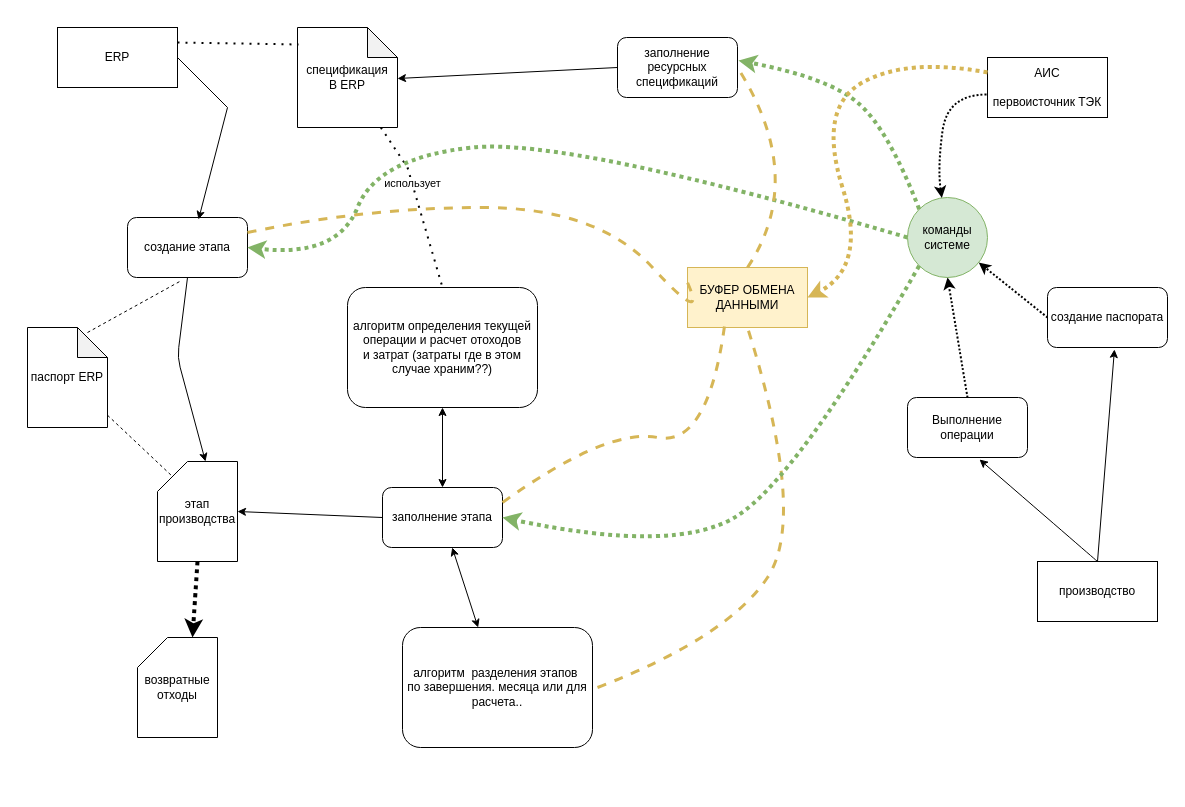
The draw.io diagram VSMPO/models/erp_comunicate_v1.drawio in sashok74/Rarus, before the edit. Source tidied: cells renumbered, new cells numbered last; positions are measured from the earlier drawing's top-left corner, leaving out a move shared by most shapes. Both pictures are drawn from the tidied source at 100%, with x=0, y=0 at pixel (27, 27).
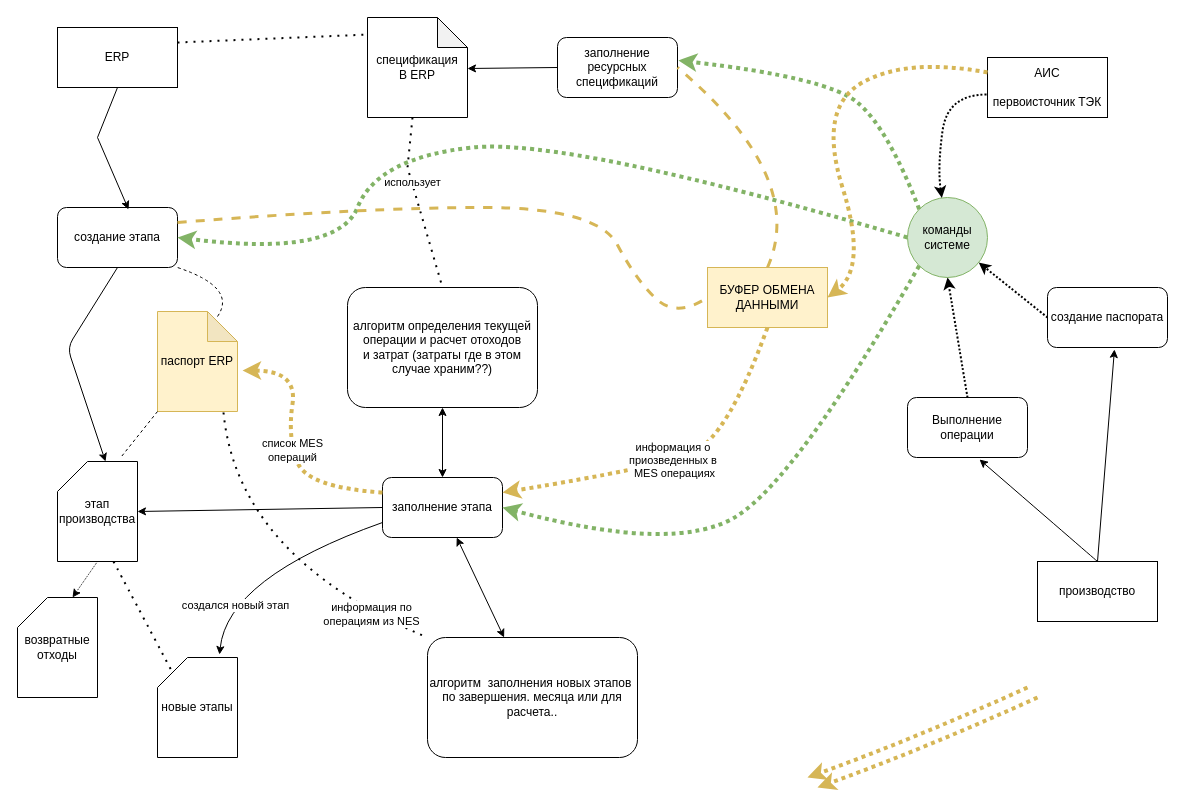
After the change.

The change refers to these unchanged cells:
```xml
<mxCell id="3" value="ERP" style="rounded=0;whiteSpace=wrap;html=1;" parent="1" vertex="1">
  <mxGeometry x="30" width="120" height="60" as="geometry" />
</mxCell>
```

Change to the diagram source:
```diff
@@
     <mxCell id="4" value="спецификация&lt;br&gt;В ERP" style="shape=note;whiteSpace=wrap;html=1;backgroundOutline=1;darkOpacity=0.05;" parent="1" vertex="1">
-      <mxGeometry x="270" width="100" height="100" as="geometry" />
+      <mxGeometry x="340" y="-10" width="100" height="100" as="geometry" />
     </mxCell>
@@
     <mxCell id="6" value="заполнение этапа" style="rounded=1;whiteSpace=wrap;html=1;" parent="1" vertex="1">
-      <mxGeometry x="355" y="460" width="120" height="60" as="geometry" />
+      <mxGeometry x="355" y="450" width="120" height="60" as="geometry" />
     </mxCell>
@@
     <mxCell id="9" value="этап производства" style="shape=card;whiteSpace=wrap;html=1;" parent="1" vertex="1">
-      <mxGeometry x="130" y="434" width="80" height="100" as="geometry" />
+      <mxGeometry x="30" y="434" width="80" height="100" as="geometry" />
     </mxCell>
@@
     <mxCell id="11" value="заполнение ресурсных спецификаций" style="rounded=1;whiteSpace=wrap;html=1;" parent="1" vertex="1">
-      <mxGeometry x="590" y="10" width="120" height="60" as="geometry" />
+      <mxGeometry x="530" y="10" width="120" height="60" as="geometry" />
     </mxCell>
@@
     <mxCell id="13" value="создание этапа" style="rounded=1;whiteSpace=wrap;html=1;" parent="1" vertex="1">
-      <mxGeometry x="100" y="190" width="120" height="60" as="geometry" />
+      <mxGeometry x="30" y="180" width="120" height="60" as="geometry" />
     </mxCell>
-    <mxCell id="14" style="endArrow=classic;html=1;rounded=0;exitX=1;exitY=0.5;exitDx=0;exitDy=0;entryX=0.592;entryY=0.033;entryDx=0;entryDy=0;entryPerimeter=0;" parent="1" edge="1" source="3" target="13">
+    <mxCell id="14" style="endArrow=classic;html=1;rounded=0;exitX=0.5;exitY=1;exitDx=0;exitDy=0;entryX=0.592;entryY=0.033;entryDx=0;entryDy=0;entryPerimeter=0;" parent="1" edge="1" source="3" target="13">
       <mxGeometry relative="1" as="geometry">
         <Array as="points">
-          <mxPoint x="200" y="80" />
+          <mxPoint x="70" y="110" />
         </Array>
       </mxGeometry>
     </mxCell>
@@
     <mxCell id="16" style="endArrow=classic;html=1;rounded=1;exitX=0.5;exitY=1;exitDx=0;exitDy=0;entryX=0.6;entryY=0;entryDx=0;entryDy=0;entryPerimeter=0;" parent="1" edge="1" source="13" target="9">
       <mxGeometry relative="1" as="geometry">
         <Array as="points">
-          <mxPoint x="150" y="330" />
+          <mxPoint x="40" y="320" />
         </Array>
       </mxGeometry>
     </mxCell>
-    <mxCell id="17" value="паспорт ERP" style="shape=note;whiteSpace=wrap;html=1;backgroundOutline=1;darkOpacity=0.05;" parent="1" vertex="1">
-      <mxGeometry y="300" width="80" height="100" as="geometry" />
+    <mxCell id="17" value="паспорт ERP" style="shape=note;whiteSpace=wrap;html=1;backgroundOutline=1;darkOpacity=0.05;fillColor=#fff2cc;strokeColor=#d6b656;" parent="1" vertex="1">
+      <mxGeometry x="130" y="284" width="80" height="100" as="geometry" />
     </mxCell>
-    <mxCell id="18" style="endArrow=none;dashed=1;html=1;rounded=0;entryX=0.45;entryY=1.05;entryDx=0;entryDy=0;entryPerimeter=0;exitX=0.75;exitY=0.05;exitDx=0;exitDy=0;exitPerimeter=0;" parent="1" edge="1" source="17" target="13">
-      <mxGeometry relative="1" as="geometry" />
+    <mxCell id="18" style="endArrow=none;dashed=1;html=1;entryX=1;entryY=1;entryDx=0;entryDy=0;exitX=0.75;exitY=0.05;exitDx=0;exitDy=0;exitPerimeter=0;curved=1;" parent="1" edge="1" source="17" target="13">
+      <mxGeometry relative="1" as="geometry">
+        <Array as="points">
+          <mxPoint x="210" y="260" />
+        </Array>
+      </mxGeometry>
     </mxCell>
-    <mxCell id="19" style="endArrow=none;dashed=1;html=1;rounded=0;entryX=0;entryY=0;entryDx=15;entryDy=15;entryPerimeter=0;" parent="1" edge="1" source="17" target="9">
+    <mxCell id="19" style="endArrow=none;dashed=1;html=1;rounded=0;entryX=0.8;entryY=-0.05;entryDx=0;entryDy=0;entryPerimeter=0;" parent="1" edge="1" source="17" target="9">
       <mxGeometry relative="1" as="geometry" />
     </mxCell>
@@
-    <mxCell id="27" value="алгоритм&amp;nbsp; разделения этапов&amp;nbsp;&lt;br&gt;по завершения. месяца или для расчета.." style="rounded=1;whiteSpace=wrap;html=1;" parent="1" vertex="1">
-      <mxGeometry x="375" y="600" width="190" height="120" as="geometry" />
+    <mxCell id="27" value="алгоритм&amp;nbsp; заполнения новых этапов&amp;nbsp;&lt;br&gt;по завершения. месяца или для расчета.." style="rounded=1;whiteSpace=wrap;html=1;" parent="1" vertex="1">
+      <mxGeometry x="400" y="610" width="210" height="120" as="geometry" />
     </mxCell>
@@
     <mxCell id="29" value="БУФЕР ОБМЕНА ДАННЫМИ" style="rounded=0;whiteSpace=wrap;html=1;fillColor=#fff2cc;strokeColor=#d6b656;" parent="1" vertex="1">
-      <mxGeometry x="660" y="240" width="120" height="60" as="geometry" />
+      <mxGeometry x="680" y="240" width="120" height="60" as="geometry" />
     </mxCell>
@@
-    <mxCell id="32" style="endArrow=none;dashed=1;html=1;entryX=0.5;entryY=1;entryDx=0;entryDy=0;curved=1;fillColor=#fff2cc;strokeColor=#d6b656;strokeWidth=3;" parent="1" edge="1" target="29">
-      <mxGeometry relative="1" as="geometry">
-        <mxPoint x="570" y="660" as="sourcePoint" />
-        <Array as="points">
-          <mxPoint x="700" y="610" />
-          <mxPoint x="780" y="490" />
-        </Array>
-      </mxGeometry>
-    </mxCell>
-    <mxCell id="33" style="endArrow=none;dashed=1;html=1;entryX=0;entryY=0.25;entryDx=0;entryDy=0;exitX=1;exitY=0.25;exitDx=0;exitDy=0;curved=1;fillColor=#fff2cc;strokeColor=#d6b656;strokeWidth=3;" parent="1" edge="1" source="13" target="29">
+    <mxCell id="33" style="endArrow=none;dashed=1;html=1;entryX=0;entryY=0.5;entryDx=0;entryDy=0;exitX=1;exitY=0.25;exitDx=0;exitDy=0;curved=1;fillColor=#fff2cc;strokeColor=#d6b656;strokeWidth=3;" parent="1" edge="1" source="13" target="29">
       <mxGeometry relative="1" as="geometry">
         <Array as="points">
           <mxPoint x="340" y="180" />
           <mxPoint x="570" y="180" />
-          <mxPoint x="680" y="300" />
+          <mxPoint x="610" y="255" />
+          <mxPoint x="650" y="290" />
         </Array>
       </mxGeometry>
     </mxCell>
@@
-    <mxCell id="40" style="endArrow=none;dashed=1;html=1;entryX=0.308;entryY=0.983;entryDx=0;entryDy=0;curved=1;fillColor=#fff2cc;strokeColor=#d6b656;strokeWidth=3;exitX=1;exitY=0.25;exitDx=0;exitDy=0;entryPerimeter=0;" parent="1" edge="1" source="6" target="29">
-      <mxGeometry relative="1" as="geometry">
-        <Array as="points">
-          <mxPoint x="580" y="400" />
-          <mxPoint x="680" y="420" />
-        </Array>
-      </mxGeometry>
-    </mxCell>
     <mxCell id="41" value="возвратные отходы" style="shape=card;whiteSpace=wrap;html=1;" parent="1" vertex="1">
-      <mxGeometry x="110" y="610" width="80" height="100" as="geometry" />
+      <mxGeometry x="-10" y="570" width="80" height="100" as="geometry" />
     </mxCell>
-    <mxCell id="42" style="endArrow=classic;html=1;dashed=1;dashPattern=1 1;strokeWidth=4;curved=1;exitX=0.5;exitY=1;exitDx=0;exitDy=0;exitPerimeter=0;entryX=0;entryY=0;entryDx=55;entryDy=0;entryPerimeter=0;" parent="1" edge="1" source="9" target="41">
+    <mxCell id="42" style="endArrow=classic;html=1;dashed=1;dashPattern=1 1;strokeWidth=1;curved=1;exitX=0.5;exitY=1;exitDx=0;exitDy=0;exitPerimeter=0;entryX=0;entryY=0;entryDx=55;entryDy=0;entryPerimeter=0;" parent="1" edge="1" source="9" target="41">
       <mxGeometry relative="1" as="geometry" />
     </mxCell>
+    <mxCell id="43" style="endArrow=classic;html=1;dashed=1;dashPattern=1 1;strokeWidth=4;curved=1;exitX=0;exitY=0.25;exitDx=0;exitDy=0;entryX=1.063;entryY=0.59;entryDx=0;entryDy=0;fillColor=#fff2cc;strokeColor=#d6b656;entryPerimeter=0;" parent="1" edge="1" source="6" target="17">
+      <mxGeometry relative="1" as="geometry">
+        <Array as="points">
+          <mxPoint x="280" y="460" />
+          <mxPoint x="260" y="410" />
+          <mxPoint x="270" y="343" />
+        </Array>
+      </mxGeometry>
+    </mxCell>
+    <mxCell id="44" value="список MES&lt;br&gt;операций" style="edgeLabel;html=1;align=center;verticalAlign=middle;" parent="43" vertex="1">
+      <mxGeometry x="-0.08" relative="1" as="geometry" />
+    </mxCell>
+    <mxCell id="45" style="endArrow=none;dashed=1;html=1;dashPattern=1 3;strokeWidth=2;curved=1;entryX=0;entryY=0;entryDx=0;entryDy=0;exitX=0.825;exitY=1.01;exitDx=0;exitDy=0;exitPerimeter=0;" parent="1" edge="1" source="17" target="27">
+      <mxGeometry relative="1" as="geometry">
+        <Array as="points">
+          <mxPoint x="210" y="530" />
+        </Array>
+      </mxGeometry>
+    </mxCell>
+    <mxCell id="46" value="информация по&lt;br&gt;операциям из NES" style="edgeLabel;html=1;align=center;verticalAlign=middle;" parent="45" vertex="1">
+      <mxGeometry x="0.65" relative="1" as="geometry" />
+    </mxCell>
+    <mxCell id="47" style="endArrow=classic;html=1;dashed=1;dashPattern=1 1;strokeWidth=4;curved=1;fillColor=#fff2cc;strokeColor=#d6b656;entryX=1;entryY=0.25;entryDx=0;entryDy=0;exitX=0.5;exitY=1;exitDx=0;exitDy=0;" parent="1" edge="1" source="29" target="6">
+      <mxGeometry relative="1" as="geometry">
+        <Array as="points">
+          <mxPoint x="700" y="410" />
+          <mxPoint x="630" y="440" />
+        </Array>
+      </mxGeometry>
+    </mxCell>
+    <mxCell id="48" value="информация о&amp;nbsp;&lt;br&gt;приозведенных в&amp;nbsp;&lt;br&gt;MES операциях" style="edgeLabel;html=1;align=center;verticalAlign=middle;" parent="47" vertex="1">
+      <mxGeometry relative="1" as="geometry" />
+    </mxCell>
+    <mxCell id="49" style="endArrow=classic;html=1;dashed=1;dashPattern=1 1;strokeWidth=4;curved=1;fillColor=#fff2cc;strokeColor=#d6b656;" parent="1" edge="1">
+      <mxGeometry relative="1" as="geometry">
+        <mxPoint x="1000" y="660" as="sourcePoint" />
+        <mxPoint x="780" y="750" as="targetPoint" />
+        <Array as="points">
+          <mxPoint x="1000" y="660" />
+          <mxPoint x="890" y="710" />
+        </Array>
+      </mxGeometry>
+    </mxCell>
+    <mxCell id="50" style="endArrow=classic;html=1;dashed=1;dashPattern=1 1;strokeWidth=4;curved=1;fillColor=#fff2cc;strokeColor=#d6b656;" parent="1" edge="1">
+      <mxGeometry relative="1" as="geometry">
+        <mxPoint x="1010" y="670" as="sourcePoint" />
+        <mxPoint x="790" y="760" as="targetPoint" />
+        <Array as="points">
+          <mxPoint x="1010" y="670" />
+          <mxPoint x="900" y="720" />
+        </Array>
+      </mxGeometry>
+    </mxCell>
+    <mxCell id="51" value="новые этапы" style="shape=card;whiteSpace=wrap;html=1;" parent="1" vertex="1">
+      <mxGeometry x="130" y="630" width="80" height="100" as="geometry" />
+    </mxCell>
+    <mxCell id="52" style="endArrow=none;dashed=1;html=1;dashPattern=1 3;strokeWidth=2;curved=1;exitX=0.7;exitY=1;exitDx=0;exitDy=0;exitPerimeter=0;entryX=0;entryY=0;entryDx=15;entryDy=15;entryPerimeter=0;" parent="1" edge="1" source="9" target="51">
+      <mxGeometry relative="1" as="geometry" />
+    </mxCell>
+    <mxCell id="53" style="endArrow=classic;html=1;strokeWidth=1;curved=1;exitX=0;exitY=0.75;exitDx=0;exitDy=0;entryX=0.775;entryY=-0.03;entryDx=0;entryDy=0;entryPerimeter=0;" parent="1" edge="1" source="6" target="51">
+      <mxGeometry relative="1" as="geometry">
+        <Array as="points">
+          <mxPoint x="200" y="550" />
+        </Array>
+      </mxGeometry>
+    </mxCell>
+    <mxCell id="54" value="создался новый этап" style="edgeLabel;html=1;align=center;verticalAlign=middle;" parent="53" vertex="1">
+      <mxGeometry x="0.58" y="10" relative="1" as="geometry" />
+    </mxCell>
```
